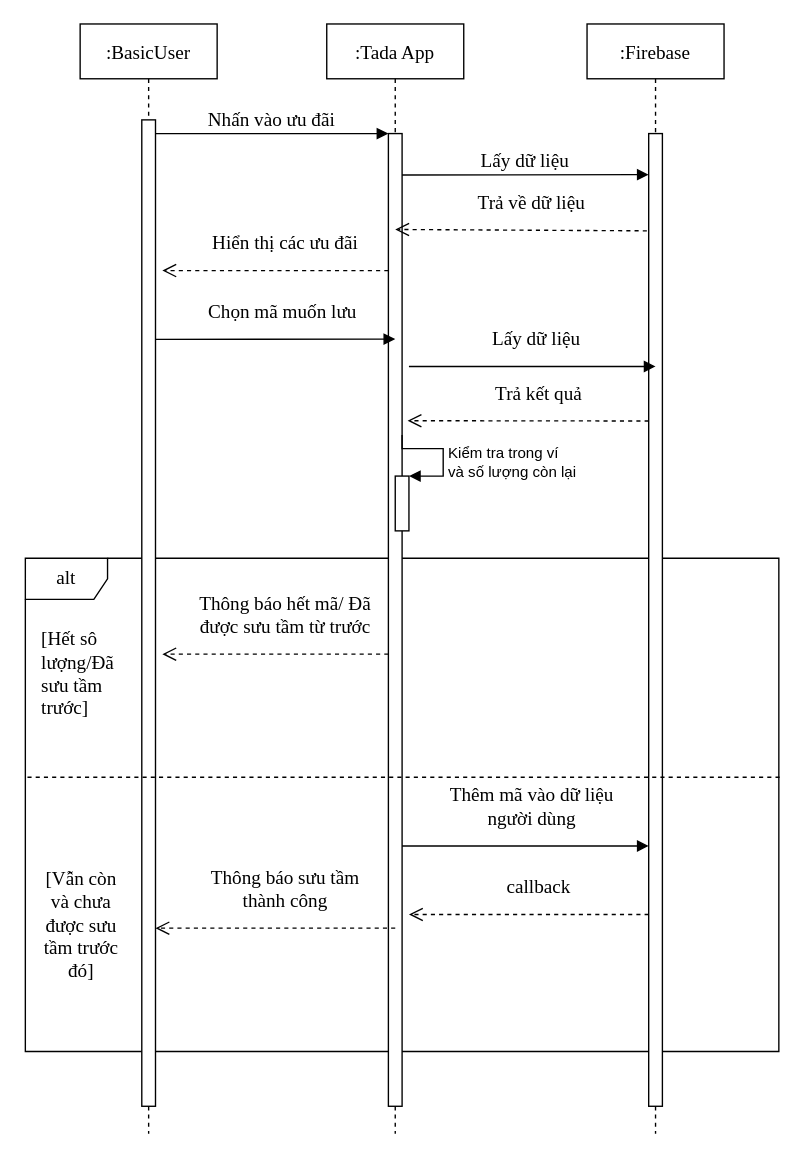
Earlier version of the draw.io diagram layma.drawio (nguyendu11a2/TADA_DIAGRAM). Source tidied: cells renumbered, new cells numbered last; positions are measured from the earlier drawing's top-left corner, leaving out a move shared by most shapes. Both pictures are drawn from the tidied source at 137%, with x=0, y=0 at pixel (25, 23).
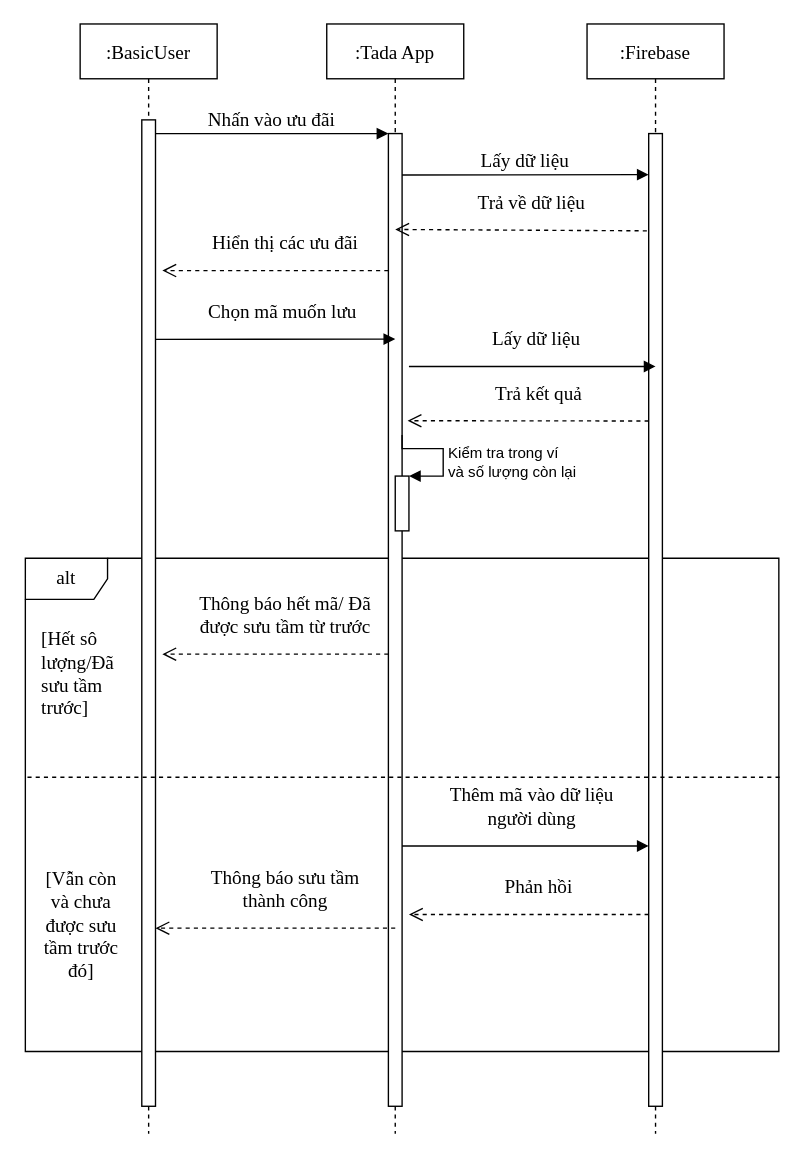
After the change.

Unchanged cells that the change refers to:
```xml
<mxCell id="14" style="points=[];perimeter=orthogonalPerimeter;rounded=0;shadow=0;strokeWidth=1;fontSize=14;fontFamily=Times New Roman;" parent="13" vertex="1">
  <mxGeometry x="45" y="80" width="10" height="710" as="geometry" />
</mxCell>
```

The edit, as a diff of the source:
```diff
@@
-    <mxCell id="23" value="callback" style="verticalAlign=bottom;endArrow=open;dashed=1;endSize=8;shadow=0;strokeWidth=1;fontSize=14;fontFamily=Times New Roman;" parent="1" edge="1" source="14">
+    <mxCell id="23" value="Phản hồi" style="verticalAlign=bottom;endArrow=open;dashed=1;endSize=8;shadow=0;strokeWidth=1;fontSize=14;fontFamily=Times New Roman;" parent="1" edge="1" source="14">
       <mxGeometry x="-0.09" y="-10" relative="1" as="geometry">
         <mxPoint x="280" y="650" as="targetPoint" />
       </mxGeometry>
     </mxCell>
```
